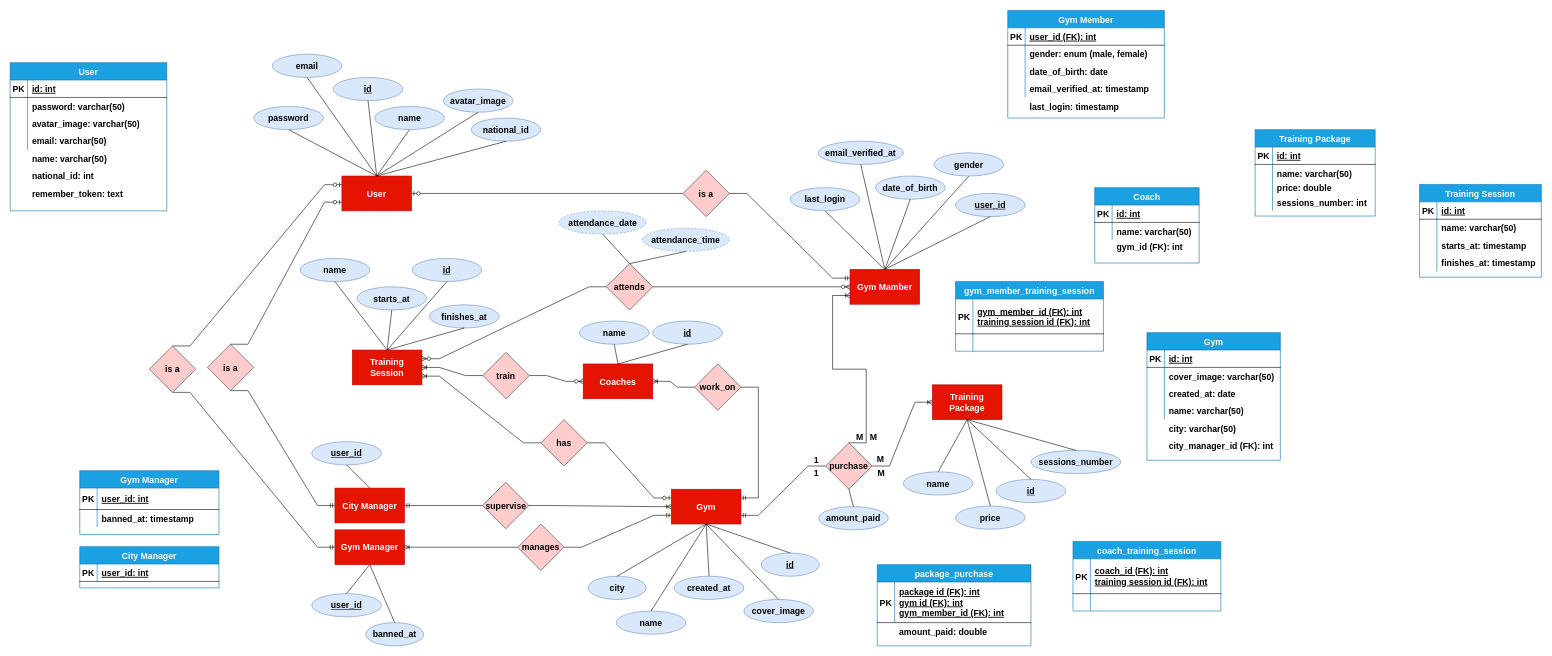
ahmedelshopaky/Laravel-Simple-Gym-System keeps this draw.io diagram as 00.utilities/gym.edited.drawio. Above is the earlier version. Source tidied: cells renumbered, new cells numbered last; positions are measured from the earlier drawing's top-left corner, leaving out a move shared by most shapes. Both pictures are drawn from the tidied source at 58%, with x=0, y=0 at pixel (10, 10).
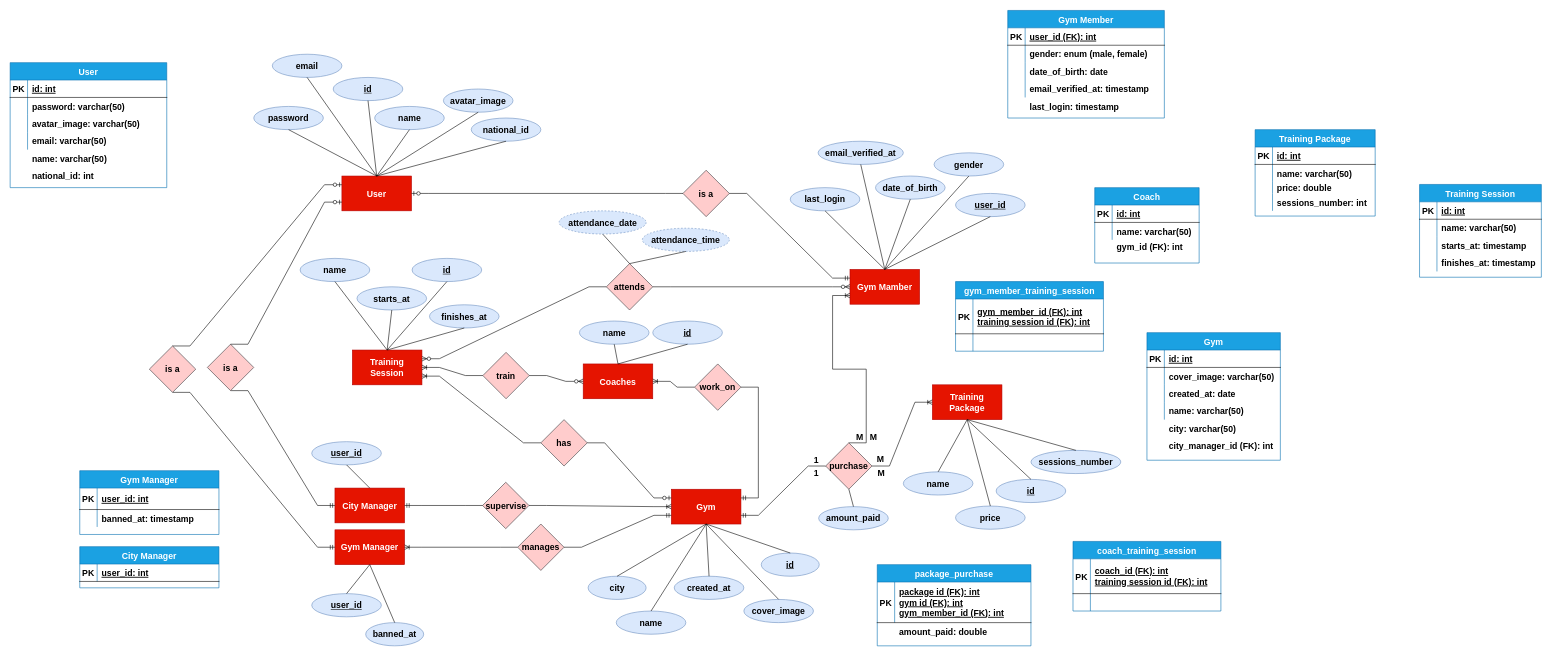
The same page after the edit.

Change to the diagram source:
```diff
@@
     <mxCell id="118" value="User" style="shape=table;startSize=30;childLayout=tableLayout;rowLines=0;fontStyle=1;align=center;fillColor=#1ba1e2;fontColor=#ffffff;strokeColor=#006EAF;fontSize=15;fontFamily=Helvetica;" parent="1" vertex="1">
-      <mxGeometry y="90.5" width="270" height="255.5" as="geometry" />
+      <mxGeometry y="90.5" width="270" height="215.5" as="geometry" />
     </mxCell>
@@
-    <mxCell id="219" value="remember_token: text" style="shape=partialRectangle;fillColor=none;top=0;left=0;bottom=0;right=0;align=left;spacingLeft=6;overflow=hidden;fontSize=15;fontStyle=1;fontFamily=Helvetica;" parent="1" vertex="1">
-      <mxGeometry x="30" y="300.5" width="240" height="30" as="geometry" />
-    </mxCell>
```
